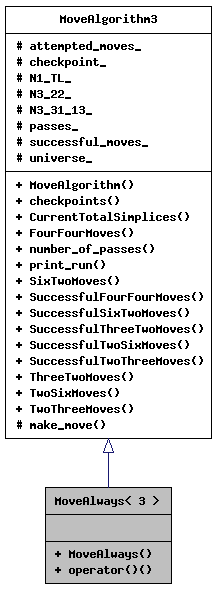
The Graphviz diagram class_move_always_3_013_01_4__inherit__graph.png in acgetchell/CDT-plusplus, before a commit. Its source is kept beside it as class_move_always_3_013_01_4__inherit__graph.dot. Its diagram source:
```dot
digraph "MoveAlways&lt; 3 &gt;"
{
  edge [fontname="Helvetica",fontsize="10",labelfontname="Helvetica",labelfontsize="10"];
  node [fontname="Helvetica",fontsize="10",shape=record];
  Node1 [label="{MoveAlways\< 3 \>\n||+ MoveAlways()\l+ operator()()\l}",height=0.2,width=0.4,color="black", fillcolor="grey75", style="filled", fontcolor="black",tooltip=" "];
  Node2 -> Node1 [dir="back",color="midnightblue",fontsize="10",style="solid",arrowtail="onormal",fontname="Helvetica"];
  Node2 [label="{MoveAlgorithm3\n|# attempted_moves_\l# checkpoint_\l# N1_TL_\l# N3_22_\l# N3_31_13_\l# passes_\l# successful_moves_\l# universe_\l|+ MoveAlgorithm()\l+ checkpoints()\l+ CurrentTotalSimplices()\l+ FourFourMoves()\l+ number_of_passes()\l+ print_run()\l+ SixTwoMoves()\l+ SuccessfulFourFourMoves()\l+ SuccessfulSixTwoMoves()\l+ SuccessfulThreeTwoMoves()\l+ SuccessfulTwoSixMoves()\l+ SuccessfulTwoThreeMoves()\l+ ThreeTwoMoves()\l+ TwoSixMoves()\l+ TwoThreeMoves()\l# make_move()\l}",height=0.2,width=0.4,color="black", fillcolor="white", style="filled",URL="$class_move_algorithm_3_013_01_4.html",tooltip=" "];
}
```
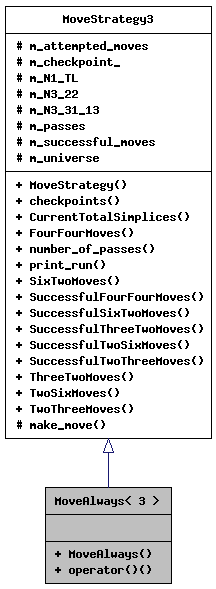
After the change.

Diff of the diagram source:
```diff
@@ -4,5 +4,5 @@
   node [fontname="Helvetica",fontsize="10",shape=record];
   Node1 [label="{MoveAlways\< 3 \>\n||+ MoveAlways()\l+ operator()()\l}",height=0.2,width=0.4,color="black", fillcolor="grey75", style="filled", fontcolor="black",tooltip=" "];
   Node2 -> Node1 [dir="back",color="midnightblue",fontsize="10",style="solid",arrowtail="onormal",fontname="Helvetica"];
-  Node2 [label="{MoveAlgorithm3\n|# attempted_moves_\l# checkpoint_\l# N1_TL_\l# N3_22_\l# N3_31_13_\l# passes_\l# successful_moves_\l# universe_\l|+ MoveAlgorithm()\l+ checkpoints()\l+ CurrentTotalSimplices()\l+ FourFourMoves()\l+ number_of_passes()\l+ print_run()\l+ SixTwoMoves()\l+ SuccessfulFourFourMoves()\l+ SuccessfulSixTwoMoves()\l+ SuccessfulThreeTwoMoves()\l+ SuccessfulTwoSixMoves()\l+ SuccessfulTwoThreeMoves()\l+ ThreeTwoMoves()\l+ TwoSixMoves()\l+ TwoThreeMoves()\l# make_move()\l}",height=0.2,width=0.4,color="black", fillcolor="white", style="filled",URL="$class_move_algorithm_3_013_01_4.html",tooltip=" "];
+  Node2 [label="{MoveStrategy3\n|# m_attempted_moves\l# m_checkpoint_\l# m_N1_TL\l# m_N3_22\l# m_N3_31_13\l# m_passes\l# m_successful_moves\l# m_universe\l|+ MoveStrategy()\l+ checkpoints()\l+ CurrentTotalSimplices()\l+ FourFourMoves()\l+ number_of_passes()\l+ print_run()\l+ SixTwoMoves()\l+ SuccessfulFourFourMoves()\l+ SuccessfulSixTwoMoves()\l+ SuccessfulThreeTwoMoves()\l+ SuccessfulTwoSixMoves()\l+ SuccessfulTwoThreeMoves()\l+ ThreeTwoMoves()\l+ TwoSixMoves()\l+ TwoThreeMoves()\l# make_move()\l}",height=0.2,width=0.4,color="black", fillcolor="white", style="filled",URL="$class_move_strategy_3_013_01_4.html",tooltip=" "];
 }
```
